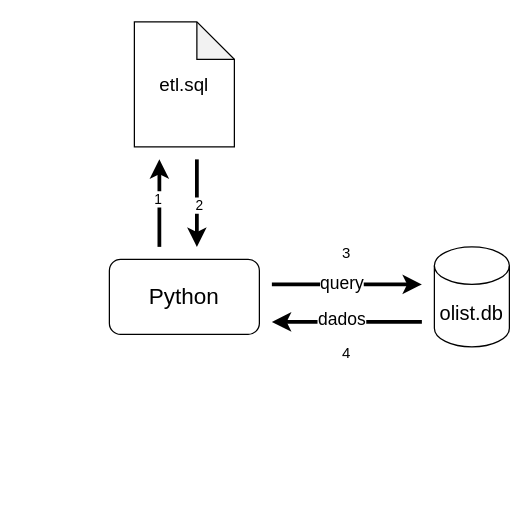
The draw.io diagram dia_09/pandas_sql.drawio in Eliasmatheussouza/pandas, before the edit. Source tidied: cells renumbered, new cells numbered last; positions are measured from the earlier drawing's top-left corner, leaving out a move shared by most shapes. Both pictures are drawn from the tidied source at 125%, with x=0, y=0 at pixel (109, 21).
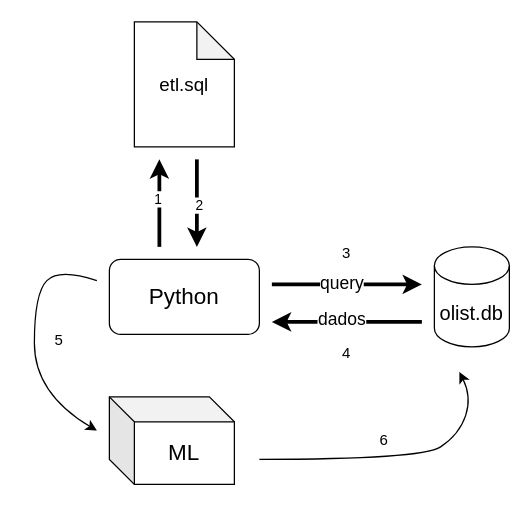
The same diagram, later.

What changed in the source:
```diff
@@
+    <mxCell id="15" value="&lt;font style=&quot;font-size: 18px;&quot;&gt;ML&lt;/font&gt;" style="shape=cube;whiteSpace=wrap;html=1;boundedLbl=1;backgroundOutline=1;darkOpacity=0.05;darkOpacity2=0.1;" parent="1" vertex="1">
+      <mxGeometry y="300" width="100" height="70" as="geometry" />
+    </mxCell>
+    <mxCell id="16" style="curved=1;endArrow=classic;html=1;" parent="1" edge="1">
+      <mxGeometry relative="1" as="geometry">
+        <mxPoint x="-10" y="207" as="sourcePoint" />
+        <mxPoint x="-10" y="327" as="targetPoint" />
+        <Array as="points">
+          <mxPoint x="-40" y="197" />
+          <mxPoint x="-60" y="217" />
+          <mxPoint x="-60" y="297" />
+        </Array>
+      </mxGeometry>
+    </mxCell>
+    <mxCell id="17" style="curved=1;endArrow=classic;html=1;" parent="1" edge="1">
+      <mxGeometry relative="1" as="geometry">
+        <mxPoint x="120" y="350" as="sourcePoint" />
+        <mxPoint x="280" y="280" as="targetPoint" />
+        <Array as="points">
+          <mxPoint x="250" y="350" />
+          <mxPoint x="280" y="330" />
+          <mxPoint x="290" y="300" />
+        </Array>
+      </mxGeometry>
+    </mxCell>
+    <mxCell id="18" value="5" style="text;html=1;align=center;verticalAlign=middle;whiteSpace=wrap;rounded=0;" parent="1" vertex="1">
+      <mxGeometry x="-70" y="240" width="60" height="30" as="geometry" />
+    </mxCell>
+    <mxCell id="19" value="6" style="text;html=1;align=center;verticalAlign=middle;whiteSpace=wrap;rounded=0;" parent="1" vertex="1">
+      <mxGeometry x="190" y="320" width="60" height="30" as="geometry" />
+    </mxCell>
```
